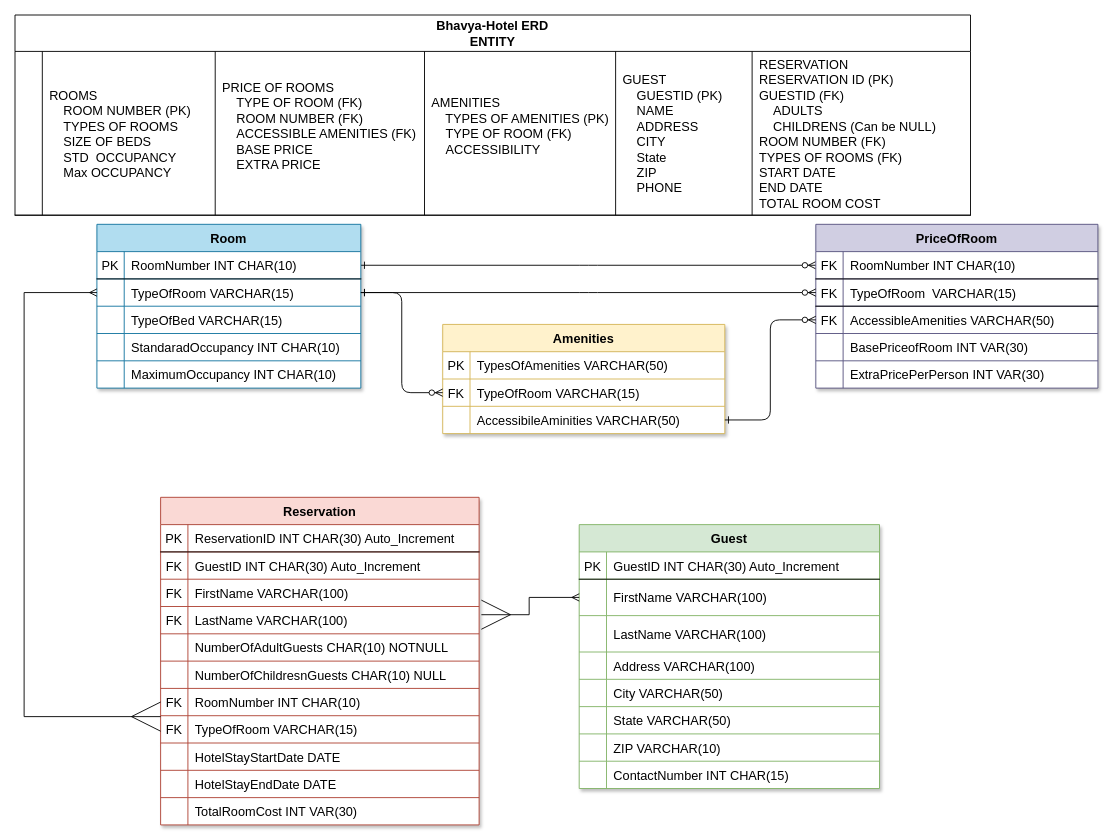
Above: Untitled Diagram.drawio in shahmartian/c268 (draw.io), before the change. Source tidied: cells renumbered, new cells numbered last; positions are measured from the earlier drawing's top-left corner, leaving out a move shared by most shapes. Both pictures are drawn from the tidied source at 91%, with x=0, y=0 at pixel (15, 15).
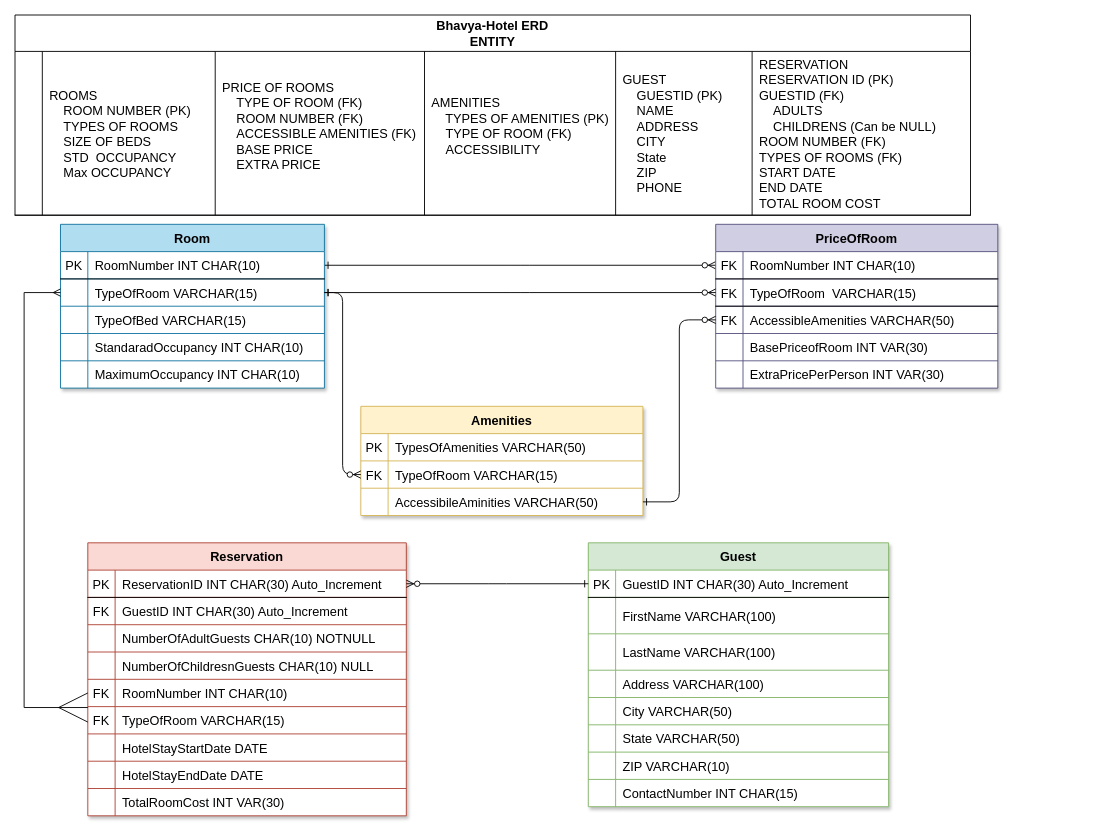
Above is the later version.

Unchanged cells that the change refers to:
```xml
<mxCell id="7" style="shape=partialRectangle;fillColor=none;points=[[0,0.5],[1,0.5]];portConstraint=eastwest;top=0;left=0;right=0;bottom=1;fontStyle=0;textDirection=ltr;fontSize=14;fontColor=#000000;" parent="3" vertex="1">
  <mxGeometry y="60" width="310" height="30" as="geometry" />
</mxCell>
<mxCell id="55" style="shape=partialRectangle;fillColor=none;points=[[0,0.5],[1,0.5]];portConstraint=eastwest;top=0;left=0;right=0;bottom=1;fontStyle=0;textDirection=ltr;fontSize=14;fontColor=#000000;" parent="54" vertex="1">
  <mxGeometry y="30" width="330" height="30" as="geometry" />
</mxCell>
<mxCell id="58" style="shape=partialRectangle;fillColor=none;points=[[0,0.5],[1,0.5]];portConstraint=eastwest;top=0;left=0;right=0;bottom=0;textDirection=ltr;fontSize=14;fontColor=#000000;" parent="54" vertex="1">
  <mxGeometry y="60" width="330" height="40" as="geometry" />
</mxCell>
<mxCell id="80" style="shape=partialRectangle;fillColor=none;points=[[0,0.5],[1,0.5]];portConstraint=eastwest;top=0;left=0;right=0;bottom=1;textDirection=ltr;fontSize=14;fontColor=#000000;" parent="79" vertex="1">
  <mxGeometry y="30" width="350" height="30" as="geometry" />
</mxCell>
```

The edit, as a diff of the source:
```diff
@@
     <mxCell id="3" value="PriceOfRoom" style="shape=table;startSize=30;childLayout=tableLayout;rowLines=1;fontStyle=1;align=center;fillColor=#d0cee2;strokeColor=#56517e;sketch=0;shadow=1;rounded=0;swimlaneFillColor=default;textDirection=ltr;fontSize=14;fontColor=#000000;" parent="1" vertex="1">
-      <mxGeometry x="880" y="230" width="310" height="180" as="geometry" />
+      <mxGeometry x="770" y="230" width="310" height="180" as="geometry" />
     </mxCell>
@@
     <mxCell id="20" value="Amenities" style="shape=table;startSize=30;childLayout=tableLayout;rowLines=1;fontStyle=1;align=center;fillColor=#fff2cc;strokeColor=#d6b656;sketch=0;shadow=1;rounded=0;swimlaneFillColor=default;textDirection=ltr;fontSize=14;fontColor=#000000;" parent="1" vertex="1">
-      <mxGeometry x="470" y="340" width="310" height="120" as="geometry" />
+      <mxGeometry x="380" y="430" width="310" height="120" as="geometry" />
     </mxCell>
@@
     <mxCell id="30" value="Room" style="shape=table;startSize=30;childLayout=tableLayout;rowLines=1;fontStyle=1;align=center;sketch=0;shadow=1;rounded=0;swimlaneFillColor=default;fillColor=#b1ddf0;strokeColor=#10739e;fillStyle=auto;textDirection=ltr;fontSize=14;fontColor=#000000;" parent="1" vertex="1">
-      <mxGeometry x="90" y="230" width="290" height="180" as="geometry" />
+      <mxGeometry x="50" y="230" width="290" height="180" as="geometry" />
     </mxCell>
@@
     <mxCell id="54" value="Guest" style="shape=table;startSize=30;childLayout=tableLayout;rowLines=1;fontStyle=1;align=center;fillColor=#d5e8d4;strokeColor=#82b366;sketch=0;shadow=1;rounded=0;swimlaneFillColor=default;textDirection=ltr;fontSize=14;fontColor=#000000;" parent="1" vertex="1">
-      <mxGeometry x="620" y="560" width="330" height="290" as="geometry" />
+      <mxGeometry x="630" y="580" width="330" height="290" as="geometry" />
     </mxCell>
@@
     <mxCell id="79" value="Reservation" style="shape=table;startSize=30;childLayout=tableLayout;rowLines=1;fontStyle=1;align=center;fillColor=#fad9d5;strokeColor=#ae4132;sketch=0;shadow=1;rounded=0;swimlaneFillColor=default;textDirection=ltr;fontSize=14;fontColor=#000000;" parent="1" vertex="1">
-      <mxGeometry x="160" y="530" width="350" height="360" as="geometry" />
+      <mxGeometry x="80" y="580" width="350" height="300" as="geometry" />
     </mxCell>
@@
-    <mxCell id="86" style="shape=partialRectangle;fillColor=none;top=0;left=0;right=0;bottom=0;textDirection=ltr;fontSize=14;fontColor=#000000;" parent="79" vertex="1">
-      <mxGeometry y="90" width="350" height="30" as="geometry" />
-    </mxCell>
-    <mxCell id="87" value="FK" style="shape=partialRectangle;overflow=hidden;fillColor=none;top=0;left=0;bottom=0;right=0;textDirection=ltr;fontSize=14;fontColor=#000000;" parent="86" vertex="1">
-      <mxGeometry width="30" height="30" as="geometry" />
-    </mxCell>
-    <mxCell id="88" value="FirstName VARCHAR(100)" style="shape=partialRectangle;overflow=hidden;fillColor=none;top=0;left=0;bottom=0;right=0;align=left;spacingLeft=6;textDirection=ltr;fontSize=14;fontColor=#000000;" parent="86" vertex="1">
-      <mxGeometry x="30" width="320" height="30" as="geometry" />
-    </mxCell>
-    <mxCell id="89" style="shape=partialRectangle;fillColor=none;points=[[0,0.5],[1,0.5]];portConstraint=eastwest;top=0;left=0;right=0;bottom=0;textDirection=ltr;fontSize=14;fontColor=#000000;" parent="79" vertex="1">
-      <mxGeometry y="120" width="350" height="30" as="geometry" />
-    </mxCell>
-    <mxCell id="90" value="FK" style="shape=partialRectangle;overflow=hidden;fillColor=none;top=0;left=0;bottom=0;right=0;textDirection=ltr;fontSize=14;fontColor=#000000;" parent="89" vertex="1">
-      <mxGeometry width="30" height="30" as="geometry" />
-    </mxCell>
-    <mxCell id="91" value="LastName VARCHAR(100)" style="shape=partialRectangle;overflow=hidden;fillColor=none;top=0;left=0;bottom=0;right=0;align=left;spacingLeft=6;textDirection=ltr;fontSize=14;fontColor=#000000;" parent="89" vertex="1">
-      <mxGeometry x="30" width="320" height="30" as="geometry" />
-    </mxCell>
     <mxCell id="92" style="shape=partialRectangle;fillColor=none;top=0;left=0;right=0;bottom=0;textDirection=ltr;fontSize=14;fontColor=#000000;" parent="79" vertex="1">
-      <mxGeometry y="150" width="350" height="30" as="geometry" />
+      <mxGeometry y="90" width="350" height="30" as="geometry" />
     </mxCell>
@@
     <mxCell id="95" style="shape=partialRectangle;fillColor=none;top=0;left=0;right=0;bottom=0;textDirection=ltr;fontSize=14;fontColor=#000000;" parent="79" vertex="1">
-      <mxGeometry y="180" width="350" height="30" as="geometry" />
+      <mxGeometry y="120" width="350" height="30" as="geometry" />
     </mxCell>
@@
     <mxCell id="98" style="shape=partialRectangle;fillColor=none;points=[[0,0.5],[1,0.5]];portConstraint=eastwest;top=0;left=0;right=0;bottom=0;textDirection=ltr;fontSize=14;fontColor=#000000;" parent="79" vertex="1">
-      <mxGeometry y="210" width="350" height="30" as="geometry" />
+      <mxGeometry y="150" width="350" height="30" as="geometry" />
     </mxCell>
@@
     <mxCell id="101" style="shape=partialRectangle;fillColor=none;top=0;left=0;right=0;bottom=0;textDirection=ltr;fontSize=14;fontColor=#000000;" parent="79" vertex="1">
-      <mxGeometry y="240" width="350" height="30" as="geometry" />
+      <mxGeometry y="180" width="350" height="30" as="geometry" />
     </mxCell>
@@
     <mxCell id="104" style="shape=partialRectangle;fillColor=none;top=0;left=0;right=0;bottom=0;textDirection=ltr;fontSize=14;fontColor=#000000;" parent="79" vertex="1">
-      <mxGeometry y="270" width="350" height="30" as="geometry" />
+      <mxGeometry y="210" width="350" height="30" as="geometry" />
     </mxCell>
@@
     <mxCell id="107" style="shape=partialRectangle;fillColor=none;top=0;left=0;right=0;bottom=0;textDirection=ltr;fontSize=14;fontColor=#000000;" parent="79" vertex="1">
-      <mxGeometry y="300" width="350" height="30" as="geometry" />
+      <mxGeometry y="240" width="350" height="30" as="geometry" />
     </mxCell>
@@
     <mxCell id="110" style="shape=partialRectangle;fillColor=none;top=0;left=0;right=0;bottom=0;textDirection=ltr;fontSize=14;fontColor=#000000;" parent="79" vertex="1">
-      <mxGeometry y="330" width="350" height="30" as="geometry" />
+      <mxGeometry y="270" width="350" height="30" as="geometry" />
     </mxCell>
@@
-    <mxCell id="116" style="edgeStyle=orthogonalEdgeStyle;fontSize=14;html=1;endArrow=ERmany;startArrow=ERmany;rounded=0;fontFamily=Helvetica;fontColor=#000000;startSize=30;exitX=1.007;exitY=0.3;exitDx=0;exitDy=0;exitPerimeter=0;textDirection=ltr;" parent="1" edge="1" source="89" target="58">
-      <mxGeometry relative="1" as="geometry" />
-    </mxCell>
     <mxCell id="117" style="edgeStyle=elbowEdgeStyle;endArrow=ERzeroToMany;startArrow=ERone;endFill=1;startFill=0;entryX=0;entryY=0.5;entryDx=0;entryDy=0;textDirection=ltr;fontSize=14;fontColor=#000000;elbow=vertical;" parent="1" edge="1" target="7">
       <mxGeometry relative="1" as="geometry">
-        <mxPoint x="380" y="305" as="sourcePoint" />
+        <mxPoint x="340" y="305" as="sourcePoint" />
       </mxGeometry>
     </mxCell>
+    <mxCell id="118" style="edgeStyle=elbowEdgeStyle;endArrow=ERzeroToMany;startArrow=ERone;endFill=1;startFill=0;exitX=0;exitY=0.5;exitDx=0;exitDy=0;entryX=1;entryY=0.5;entryDx=0;entryDy=0;textDirection=ltr;fontSize=14;fontColor=#000000;" parent="1" edge="1" source="55" target="80">
+      <mxGeometry relative="1" as="geometry" />
+    </mxCell>
```
